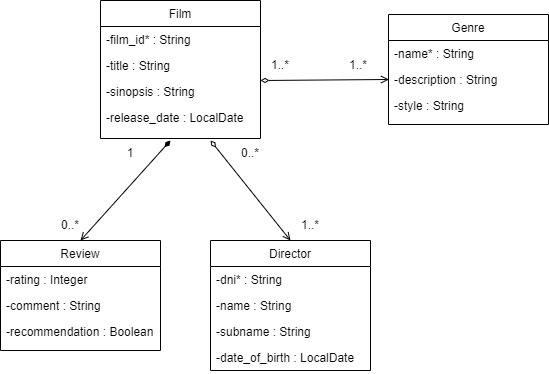
wzzzzwwzw/apaw-practice keeps this draw.io diagram as docs/film.models.png. Above is the earlier version. Source tidied: cells renumbered, new cells last; positions are measured from the earlier drawing's top-left corner, leaving out a move shared by most shapes. Its diagram source:
```xml
<mxGraphModel>
  <root>
    <mxCell id="0" />
    <mxCell id="1" parent="0" />
    <mxCell id="2" value="Film" style="swimlane;fontStyle=0;align=center;verticalAlign=top;horizontal=1;startSize=26;rounded=0;shadow=0;strokeWidth=1;" parent="1" vertex="1">
      <mxGeometry x="100" width="160" height="138" as="geometry" />
    </mxCell>
    <mxCell id="3" value="-film_id* : String" style="text;align=left;verticalAlign=top;spacingLeft=4;spacingRight=4;overflow=hidden;" parent="2" vertex="1">
      <mxGeometry y="26" width="160" height="26" as="geometry" />
    </mxCell>
    <mxCell id="4" value="-title : String" style="text;align=left;verticalAlign=top;spacingLeft=4;spacingRight=4;overflow=hidden;" parent="2" vertex="1">
      <mxGeometry y="52" width="160" height="26" as="geometry" />
    </mxCell>
    <mxCell id="5" value="-sinopsis : String" style="text;align=left;verticalAlign=top;spacingLeft=4;spacingRight=4;overflow=hidden;points=[[0,0.5],[1,0.5]];portConstraint=eastwest;rounded=0;shadow=0;html=0;" parent="2" vertex="1">
      <mxGeometry y="78" width="160" height="26" as="geometry" />
    </mxCell>
    <mxCell id="6" value="-release_date : LocalDate" style="text;align=left;verticalAlign=top;spacingLeft=4;spacingRight=4;overflow=hidden;rounded=0;shadow=0;html=0;" parent="2" vertex="1">
      <mxGeometry y="104" width="160" height="26" as="geometry" />
    </mxCell>
    <mxCell id="7" value="Review" style="swimlane;fontStyle=0;align=center;verticalAlign=top;horizontal=1;startSize=26;rounded=0;shadow=0;strokeWidth=1;" parent="1" vertex="1">
      <mxGeometry y="240" width="160" height="110" as="geometry" />
    </mxCell>
    <mxCell id="8" value="-rating : Integer" style="text;align=left;verticalAlign=top;spacingLeft=4;spacingRight=4;overflow=hidden;" parent="7" vertex="1">
      <mxGeometry y="26" width="160" height="26" as="geometry" />
    </mxCell>
    <mxCell id="9" value="-comment : String" style="text;align=left;verticalAlign=top;spacingLeft=4;spacingRight=4;overflow=hidden;rounded=0;shadow=0;html=0;" parent="7" vertex="1">
      <mxGeometry y="52" width="160" height="26" as="geometry" />
    </mxCell>
    <mxCell id="10" value="-recommendation : Boolean" style="text;align=left;verticalAlign=top;spacingLeft=4;spacingRight=4;overflow=hidden;fontStyle=0;" parent="7" vertex="1">
      <mxGeometry y="78" width="160" height="26" as="geometry" />
    </mxCell>
    <mxCell id="11" value="Director" style="swimlane;fontStyle=0;align=center;verticalAlign=top;horizontal=1;startSize=26;rounded=0;shadow=0;strokeWidth=1;" parent="1" vertex="1">
      <mxGeometry x="210" y="240" width="160" height="130" as="geometry" />
    </mxCell>
    <mxCell id="12" value="-dni* : String" style="text;align=left;verticalAlign=top;spacingLeft=4;spacingRight=4;overflow=hidden;" parent="11" vertex="1">
      <mxGeometry y="26" width="160" height="26" as="geometry" />
    </mxCell>
    <mxCell id="13" value="-name : String" style="text;align=left;verticalAlign=top;spacingLeft=4;spacingRight=4;overflow=hidden;" parent="11" vertex="1">
      <mxGeometry y="52" width="160" height="26" as="geometry" />
    </mxCell>
    <mxCell id="14" value="-subname : String" style="text;align=left;verticalAlign=top;spacingLeft=4;spacingRight=4;overflow=hidden;" parent="11" vertex="1">
      <mxGeometry y="78" width="160" height="26" as="geometry" />
    </mxCell>
    <mxCell id="15" value="-date_of_birth : LocalDate" style="text;align=left;verticalAlign=top;spacingLeft=4;spacingRight=4;overflow=hidden;" parent="11" vertex="1">
      <mxGeometry y="104" width="160" height="26" as="geometry" />
    </mxCell>
    <mxCell id="16" value="Genre" style="swimlane;fontStyle=0;align=center;verticalAlign=top;horizontal=1;startSize=26;rounded=0;shadow=0;strokeWidth=1;" parent="1" vertex="1">
      <mxGeometry x="388" y="14" width="160" height="110" as="geometry" />
    </mxCell>
    <mxCell id="17" value="-name* : String" style="text;align=left;verticalAlign=top;spacingLeft=4;spacingRight=4;overflow=hidden;" parent="16" vertex="1">
      <mxGeometry y="26" width="160" height="26" as="geometry" />
    </mxCell>
    <mxCell id="18" value="-description : String" style="text;align=left;verticalAlign=top;spacingLeft=4;spacingRight=4;overflow=hidden;rounded=0;shadow=0;html=0;" parent="16" vertex="1">
      <mxGeometry y="52" width="160" height="26" as="geometry" />
    </mxCell>
    <mxCell id="19" value="-style : String" style="text;align=left;verticalAlign=top;spacingLeft=4;spacingRight=4;overflow=hidden;rounded=0;shadow=0;html=0;" parent="16" vertex="1">
      <mxGeometry y="78" width="160" height="26" as="geometry" />
    </mxCell>
    <mxCell id="20" style="endArrow=open;startArrow=diamondThin;html=1;rounded=0;exitX=1;exitY=0.077;exitDx=0;exitDy=0;exitPerimeter=0;entryX=0.003;entryY=0.038;entryDx=0;entryDy=0;entryPerimeter=0;startFill=0;endFill=0;" parent="1" edge="1" source="5">
      <mxGeometry relative="1" as="geometry">
        <mxPoint x="388.5" y="79" as="targetPoint" />
      </mxGeometry>
    </mxCell>
    <mxCell id="21" value="1..*" style="text;html=1;strokeColor=none;fillColor=none;align=center;verticalAlign=middle;whiteSpace=wrap;rounded=0;" parent="1" vertex="1">
      <mxGeometry x="250" y="50" width="60" height="30" as="geometry" />
    </mxCell>
    <mxCell id="22" value="1..*" style="text;html=1;strokeColor=none;fillColor=none;align=center;verticalAlign=middle;whiteSpace=wrap;rounded=0;" parent="1" vertex="1">
      <mxGeometry x="328" y="50" width="60" height="30" as="geometry" />
    </mxCell>
    <mxCell id="23" style="endArrow=diamondThin;startArrow=open;html=1;rounded=0;exitX=0.5;exitY=0;exitDx=0;exitDy=0;startFill=0;endFill=1;" parent="1" edge="1" source="7">
      <mxGeometry relative="1" as="geometry">
        <mxPoint x="170" y="140" as="targetPoint" />
      </mxGeometry>
    </mxCell>
    <mxCell id="24" value="0..*" style="text;html=1;strokeColor=none;fillColor=none;align=center;verticalAlign=middle;whiteSpace=wrap;rounded=0;" parent="1" vertex="1">
      <mxGeometry x="40" y="210" width="60" height="30" as="geometry" />
    </mxCell>
    <mxCell id="25" value="1" style="text;html=1;strokeColor=none;fillColor=none;align=center;verticalAlign=middle;whiteSpace=wrap;rounded=0;" parent="1" vertex="1">
      <mxGeometry x="100" y="138" width="60" height="30" as="geometry" />
    </mxCell>
    <mxCell id="26" style="endArrow=diamondThin;startArrow=open;html=1;rounded=0;exitX=0.5;exitY=0;exitDx=0;exitDy=0;startFill=0;endFill=0;" parent="1" edge="1" source="11">
      <mxGeometry relative="1" as="geometry">
        <mxPoint x="210" y="140" as="targetPoint" />
      </mxGeometry>
    </mxCell>
    <mxCell id="27" value="1..*" style="text;html=1;strokeColor=none;fillColor=none;align=center;verticalAlign=middle;whiteSpace=wrap;rounded=0;" parent="1" vertex="1">
      <mxGeometry x="280" y="210" width="60" height="30" as="geometry" />
    </mxCell>
    <mxCell id="28" value="0..*" style="text;html=1;strokeColor=none;fillColor=none;align=center;verticalAlign=middle;whiteSpace=wrap;rounded=0;" parent="1" vertex="1">
      <mxGeometry x="220" y="138" width="60" height="30" as="geometry" />
    </mxCell>
  </root>
</mxGraphModel>
```
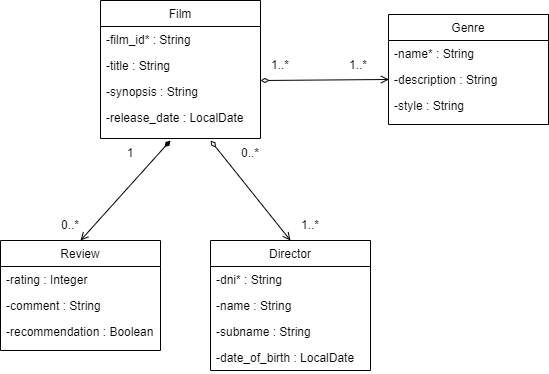
Later version of the same file.

Commit message:
added class Film #454

Change to the diagram source:
```diff
@@ -11,7 +11,7 @@
     <mxCell id="4" value="-title : String" style="text;align=left;verticalAlign=top;spacingLeft=4;spacingRight=4;overflow=hidden;" parent="2" vertex="1">
       <mxGeometry y="52" width="160" height="26" as="geometry" />
     </mxCell>
-    <mxCell id="5" value="-sinopsis : String" style="text;align=left;verticalAlign=top;spacingLeft=4;spacingRight=4;overflow=hidden;points=[[0,0.5],[1,0.5]];portConstraint=eastwest;rounded=0;shadow=0;html=0;" parent="2" vertex="1">
+    <mxCell id="5" value="-synopsis : String" style="text;align=left;verticalAlign=top;spacingLeft=4;spacingRight=4;overflow=hidden;points=[[0,0.5],[1,0.5]];portConstraint=eastwest;rounded=0;shadow=0;html=0;" parent="2" vertex="1">
       <mxGeometry y="78" width="160" height="26" as="geometry" />
     </mxCell>
     <mxCell id="6" value="-release_date : LocalDate" style="text;align=left;verticalAlign=top;spacingLeft=4;spacingRight=4;overflow=hidden;rounded=0;shadow=0;html=0;" parent="2" vertex="1">
```
